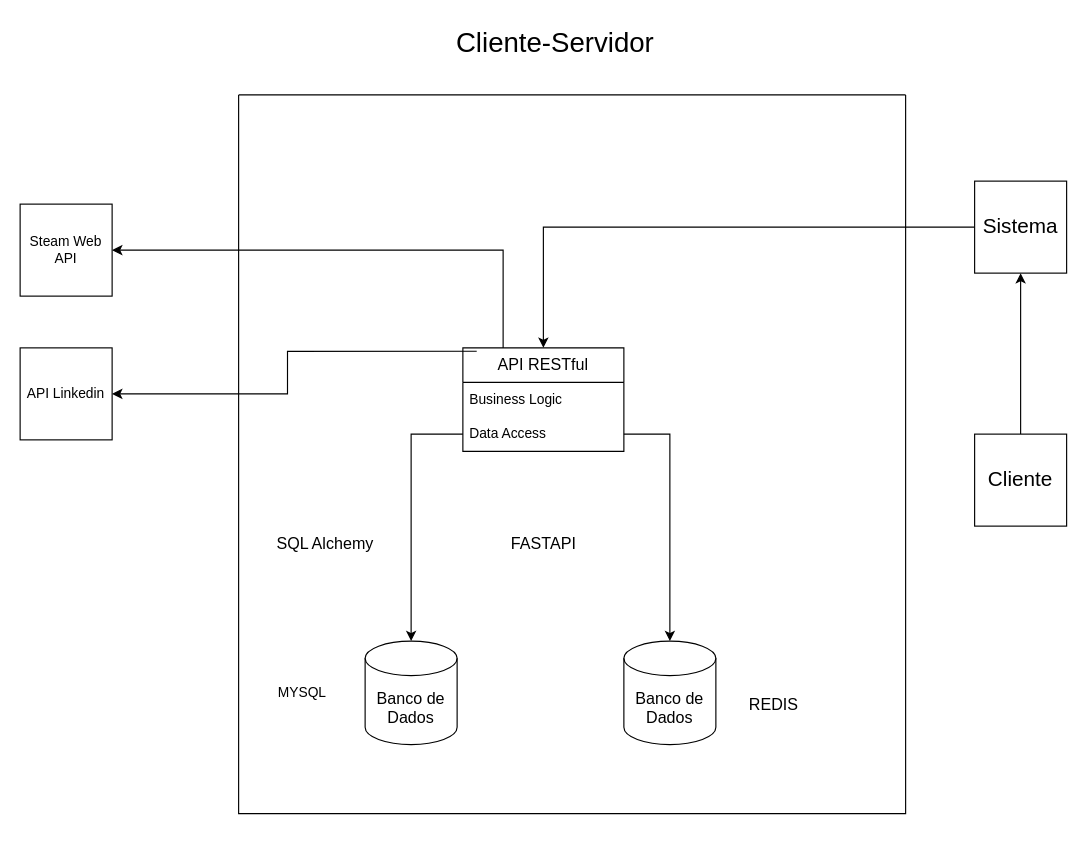
This is Arquitetura Games Database API.drawio from DavidGaleno/api-games, a draw.io file, before an edit. Source tidied: cells renumbered, new cells numbered last; positions are measured from the earlier drawing's top-left corner, leaving out a move shared by most shapes. Both pictures are drawn from the tidied source at 115%, with x=0, y=0 at pixel (20, 20). Pictures stored in the file or linked from it are replaced by grey dashed boxes.
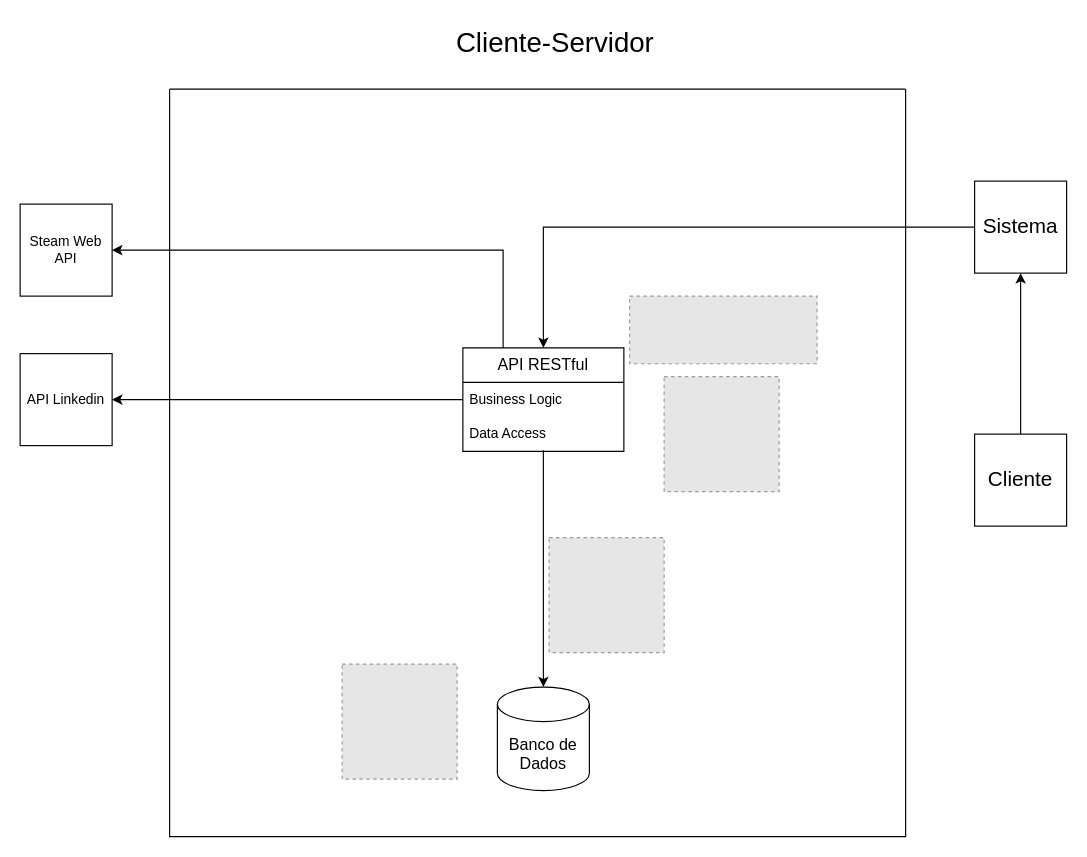
The same page after the edit.

The change refers to these unchanged cells:
```xml
<mxCell id="9" value="&lt;font style=&quot;font-size: 14px;&quot;&gt;API RESTful&lt;/font&gt;" style="swimlane;fontStyle=0;horizontal=1;startSize=30;whiteSpace=wrap;html=1;" parent="1" vertex="1">
  <mxGeometry x="385" y="285" width="140" height="90" as="geometry" />
</mxCell>
<mxCell id="11" value="Data Access" style="text;strokeColor=none;fillColor=none;align=left;verticalAlign=middle;spacingLeft=4;spacingRight=4;overflow=hidden;points=[[0,0.5],[1,0.5]];portConstraint=eastwest;whiteSpace=wrap;html=1;" parent="9" vertex="1">
  <mxGeometry y="60" width="140" height="30" as="geometry" />
</mxCell>
```

Change to the diagram source:
```diff
@@
-    <mxCell id="4" value="&lt;font style=&quot;font-size: 14px;&quot;&gt;Banco de Dados&lt;/font&gt;" style="shape=cylinder3;whiteSpace=wrap;html=1;boundedLbl=1;backgroundOutline=1;size=15;" parent="1" vertex="1">
-      <mxGeometry x="300" y="540" width="80" height="90" as="geometry" />
-    </mxCell>
-    <mxCell id="5" value="MYSQL" style="text;html=1;align=center;verticalAlign=middle;strokeColor=none;fillColor=none;" parent="1" vertex="1">
-      <mxGeometry x="210" y="570" width="70" height="30" as="geometry" />
-    </mxCell>
-    <mxCell id="6" value="&lt;font style=&quot;font-size: 14px;&quot;&gt;Banco de Dados&lt;/font&gt;" style="shape=cylinder3;whiteSpace=wrap;html=1;boundedLbl=1;backgroundOutline=1;size=15;" parent="1" vertex="1">
-      <mxGeometry x="525" y="540" width="80" height="90" as="geometry" />
-    </mxCell>
-    <mxCell id="7" value="&lt;font style=&quot;font-size: 14px;&quot;&gt;REDIS&lt;/font&gt;" style="text;html=1;align=center;verticalAlign=middle;strokeColor=none;fillColor=none;" parent="1" vertex="1">
-      <mxGeometry x="620" y="580" width="70" height="30" as="geometry" />
-    </mxCell>
@@
+    <mxCell id="21" style="edgeStyle=orthogonalEdgeStyle;rounded=0;jettySize=auto;html=1;entryX=1;entryY=0.5;entryDx=0;entryDy=0;" parent="1" edge="1" source="9" target="20">
+      <mxGeometry relative="1" as="geometry" />
+    </mxCell>
@@
-    <mxCell id="12" style="edgeStyle=orthogonalEdgeStyle;rounded=0;jettySize=auto;html=1;" parent="1" edge="1" source="11" target="4">
-      <mxGeometry relative="1" as="geometry" />
-    </mxCell>
-    <mxCell id="13" style="edgeStyle=orthogonalEdgeStyle;rounded=0;jettySize=auto;html=1;" parent="1" edge="1" source="11" target="6">
-      <mxGeometry relative="1" as="geometry" />
-    </mxCell>
     <mxCell id="14" style="swimlane;startSize=0;" parent="1" vertex="1">
-      <mxGeometry x="190" y="65" width="580" height="625" as="geometry" />
+      <mxGeometry x="130" y="60" width="640" height="650" as="geometry" />
     </mxCell>
-    <mxCell id="15" value="&lt;font style=&quot;font-size: 14px;&quot;&gt;SQL Alchemy&lt;/font&gt;" style="text;html=1;align=center;verticalAlign=middle;strokeColor=none;fillColor=none;" parent="14" vertex="1">
-      <mxGeometry x="20" y="375" width="110" height="30" as="geometry" />
-    </mxCell>
-    <mxCell id="16" value="&lt;font style=&quot;font-size: 14px;&quot;&gt;FASTAPI&lt;/font&gt;" style="text;html=1;align=center;verticalAlign=middle;strokeColor=none;fillColor=none;" parent="14" vertex="1">
-      <mxGeometry x="225" y="375" width="80" height="30" as="geometry" />
-    </mxCell>
+    <mxCell id="4" value="&lt;font style=&quot;font-size: 14px;&quot;&gt;Banco de Dados&lt;/font&gt;" style="shape=cylinder3;whiteSpace=wrap;html=1;boundedLbl=1;backgroundOutline=1;size=15;" parent="14" vertex="1">
+      <mxGeometry x="285" y="520" width="80" height="90" as="geometry" />
+    </mxCell>
+    <mxCell id="23" style="fillColor=#E6E6E6;strokeColor=#999999;dashed=1;verticalLabelPosition=bottom;labelBackgroundColor=default;verticalAlign=top;" parent="14" vertex="1">
+      <mxGeometry x="400" y="180" width="163" height="58.8" as="geometry" />
+    </mxCell>
+    <mxCell id="24" style="fillColor=#E6E6E6;strokeColor=#999999;dashed=1;verticalLabelPosition=bottom;labelBackgroundColor=default;verticalAlign=top;" parent="14" vertex="1">
+      <mxGeometry x="330" y="390" width="100" height="100" as="geometry" />
+    </mxCell>
+    <mxCell id="25" style="fillColor=#E6E6E6;strokeColor=#999999;dashed=1;verticalLabelPosition=bottom;labelBackgroundColor=default;verticalAlign=top;" parent="14" vertex="1">
+      <mxGeometry x="150" y="500" width="100" height="100" as="geometry" />
+    </mxCell>
+    <mxCell id="26" style="fillColor=#E6E6E6;strokeColor=#999999;dashed=1;verticalLabelPosition=bottom;labelBackgroundColor=default;verticalAlign=top;" parent="14" vertex="1">
+      <mxGeometry x="430" y="250" width="100" height="100" as="geometry" />
+    </mxCell>
@@
     <mxCell id="20" value="API Linkedin" style="whiteSpace=wrap;html=1;" parent="1" vertex="1">
-      <mxGeometry y="285" width="80" height="80" as="geometry" />
+      <mxGeometry y="290" width="80" height="80" as="geometry" />
     </mxCell>
-    <mxCell id="21" style="edgeStyle=orthogonalEdgeStyle;rounded=0;jettySize=auto;html=1;exitX=0.086;exitY=0.033;exitDx=0;exitDy=0;exitPerimeter=0;" parent="1" edge="1" source="9" target="20">
-      <mxGeometry relative="1" as="geometry" />
-    </mxCell>
@@
+    <mxCell id="12" style="edgeStyle=orthogonalEdgeStyle;rounded=0;jettySize=auto;html=1;exitX=0.5;exitY=0.967;exitDx=0;exitDy=0;exitPerimeter=0;" parent="1" edge="1" source="11" target="4">
+      <mxGeometry relative="1" as="geometry" />
+    </mxCell>
```
